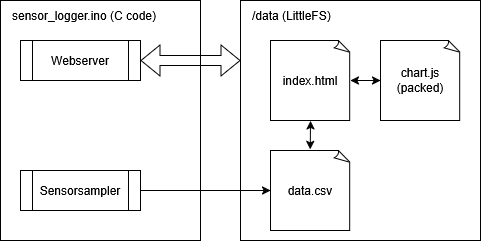
Above: doc/sw_overview.png in grafmar/simple-sensorlogger-esp32 (draw.io), before the change. Source tidied: cells renumbered, new cells last; positions are measured from the earlier drawing's top-left corner, leaving out a move shared by most shapes.
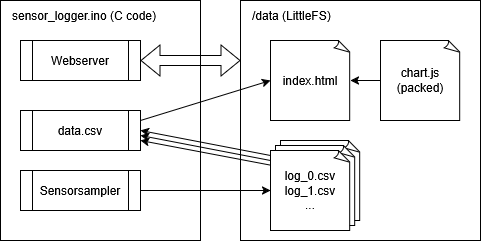
The same file after the commit.

What changed in the source:
```diff
@@ -17,9 +17,6 @@
     <mxCell id="6" value="index.html" style="whiteSpace=wrap;html=1;shape=mxgraph.basic.document;" parent="1" vertex="1">
       <mxGeometry x="270" y="40" width="80" height="80" as="geometry" />
     </mxCell>
-    <mxCell id="7" value="data.csv" style="whiteSpace=wrap;html=1;shape=mxgraph.basic.document;" parent="1" vertex="1">
-      <mxGeometry x="270" y="150" width="80" height="80" as="geometry" />
-    </mxCell>
     <mxCell id="8" value="sensor_logger.ino (C code)" style="rounded=0;whiteSpace=wrap;html=1;strokeColor=none;fillColor=none;align=left;" parent="1" vertex="1">
       <mxGeometry x="10" width="160" height="30" as="geometry" />
     </mxCell>
@@ -29,7 +26,7 @@
     <mxCell id="10" value="Sensorsampler" style="shape=process;whiteSpace=wrap;html=1;backgroundOutline=1;" parent="1" vertex="1">
       <mxGeometry x="20" y="170" width="120" height="40" as="geometry" />
     </mxCell>
-    <mxCell id="11" style="endArrow=classic;html=1;rounded=0;exitX=1;exitY=0.5;exitDx=0;exitDy=0;entryX=0;entryY=0.5;entryDx=0;entryDy=0;entryPerimeter=0;" parent="1" edge="1" source="10" target="7">
+    <mxCell id="11" style="endArrow=classic;html=1;rounded=0;exitX=1;exitY=0.5;exitDx=0;exitDy=0;entryX=0;entryY=0.5;entryDx=0;entryDy=0;entryPerimeter=0;" parent="1" edge="1" source="10" target="19">
       <mxGeometry relative="1" as="geometry" />
     </mxCell>
     <mxCell id="12" style="shape=flexArrow;endArrow=classic;startArrow=classic;html=1;rounded=0;entryX=0;entryY=0.25;entryDx=0;entryDy=0;" parent="1" edge="1" target="2">
@@ -37,19 +34,49 @@
         <mxPoint x="140" y="60" as="sourcePoint" />
       </mxGeometry>
     </mxCell>
-    <mxCell id="13" style="endArrow=classic;startArrow=classic;html=1;rounded=0;entryX=0.5;entryY=1.004;entryDx=0;entryDy=0;entryPerimeter=0;exitX=0.497;exitY=-0.013;exitDx=0;exitDy=0;exitPerimeter=0;" parent="1" edge="1" source="7" target="6">
+    <mxCell id="13" style="endArrow=classic;startArrow=none;html=1;rounded=0;entryX=0;entryY=0.5;entryDx=0;entryDy=0;entryPerimeter=0;startFill=0;exitX=1;exitY=0.25;exitDx=0;exitDy=0;" parent="1" edge="1" source="16" target="6">
       <mxGeometry relative="1" as="geometry" />
     </mxCell>
-    <mxCell id="14" style="endArrow=classic;startArrow=classic;html=1;rounded=0;entryX=1;entryY=0.5;entryDx=0;entryDy=0;entryPerimeter=0;exitX=0;exitY=0.5;exitDx=0;exitDy=0;exitPerimeter=0;" parent="1" edge="1" source="5" target="6">
+    <mxCell id="14" style="endArrow=classic;startArrow=none;html=1;rounded=0;entryX=1;entryY=0.5;entryDx=0;entryDy=0;entryPerimeter=0;exitX=0;exitY=0.5;exitDx=0;exitDy=0;exitPerimeter=0;startFill=0;" parent="1" edge="1" source="5" target="6">
       <mxGeometry relative="1" as="geometry" />
     </mxCell>
+    <mxCell id="16" value="data.csv" style="shape=process;whiteSpace=wrap;html=1;backgroundOutline=1;" parent="1" vertex="1">
+      <mxGeometry x="20" y="110" width="120" height="40" as="geometry" />
+    </mxCell>
+    <mxCell id="17" style="group;" parent="1" vertex="1">
+      <mxGeometry x="270" y="140" width="90" height="90" as="geometry" />
+    </mxCell>
+    <mxCell id="7" style="whiteSpace=wrap;html=1;shape=mxgraph.basic.document;" parent="17" vertex="1">
+      <mxGeometry x="10" width="80" height="80" as="geometry" />
+    </mxCell>
+    <mxCell id="18" style="whiteSpace=wrap;html=1;shape=mxgraph.basic.document;" parent="17" vertex="1">
+      <mxGeometry x="5" y="5" width="80" height="80" as="geometry" />
+    </mxCell>
+    <mxCell id="19" value="&lt;div&gt;log_0.csv&lt;/div&gt;&lt;div&gt;log_1.csv&lt;/div&gt;&lt;div&gt;...&lt;/div&gt;" style="whiteSpace=wrap;html=1;shape=mxgraph.basic.document;" parent="17" vertex="1">
+      <mxGeometry y="10" width="80" height="80" as="geometry" />
+    </mxCell>
-    <mxCell id="15" style="edgeStyle=orthogonalEdgeStyle;rounded=0;orthogonalLoop=1;jettySize=auto;html=1;entryX=0.5;entryY=0;entryDx=0;entryDy=0;entryPerimeter=0;" parent="1" edge="1" source="7" target="7">
+    <mxCell id="15" style="edgeStyle=orthogonalEdgeStyle;rounded=0;orthogonalLoop=1;jettySize=auto;html=1;entryX=0.5;entryY=0;entryDx=0;entryDy=0;entryPerimeter=0;" parent="17" edge="1" source="7" target="7">
       <mxGeometry relative="1" as="geometry">
         <Array as="points">
-          <mxPoint x="350" y="190" />
-          <mxPoint x="350" y="150" />
+          <mxPoint x="70" y="60" />
+          <mxPoint x="70" y="20" />
         </Array>
       </mxGeometry>
     </mxCell>
+    <mxCell id="20" style="endArrow=classic;startArrow=none;html=1;rounded=0;entryX=1;entryY=0.75;entryDx=0;entryDy=0;startFill=0;exitX=0;exitY=0.183;exitDx=0;exitDy=0;exitPerimeter=0;" parent="1" edge="1" source="19" target="16">
+      <mxGeometry relative="1" as="geometry" />
+    </mxCell>
+    <mxCell id="21" style="endArrow=classic;startArrow=none;html=1;rounded=0;entryX=1;entryY=0.75;entryDx=0;entryDy=0;startFill=0;exitX=0;exitY=0.183;exitDx=0;exitDy=0;exitPerimeter=0;" parent="1" edge="1">
+      <mxGeometry relative="1" as="geometry">
+        <mxPoint x="270" y="155" as="sourcePoint" />
+        <mxPoint x="140" y="130" as="targetPoint" />
+      </mxGeometry>
+    </mxCell>
+    <mxCell id="22" style="endArrow=classic;startArrow=none;html=1;rounded=0;entryX=1;entryY=0.75;entryDx=0;entryDy=0;startFill=0;exitX=0;exitY=0.183;exitDx=0;exitDy=0;exitPerimeter=0;" parent="1" edge="1">
+      <mxGeometry relative="1" as="geometry">
+        <mxPoint x="270" y="160" as="sourcePoint" />
+        <mxPoint x="140" y="135" as="targetPoint" />
+      </mxGeometry>
+    </mxCell>
   </root>
 </mxGraphModel>
```
